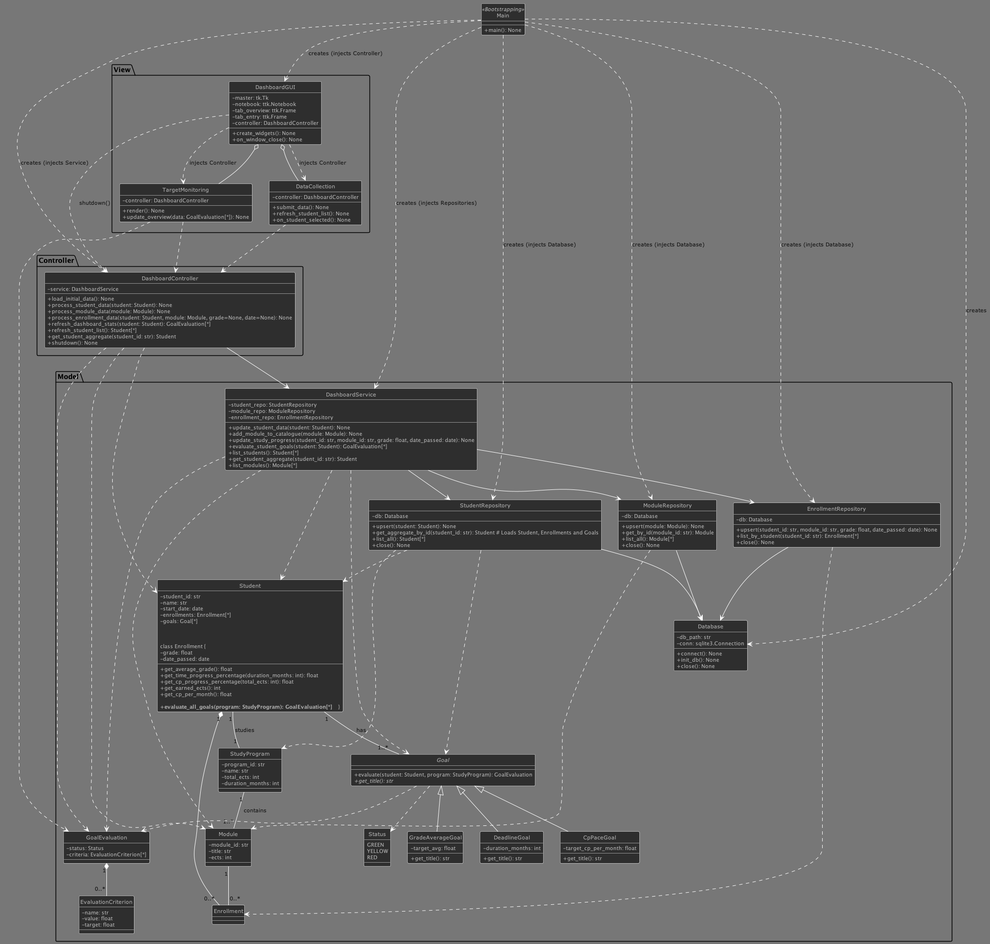
Above: out/EntidyUML/DashboardUML_MVC_StrictDI.png in peter-wolf72/IU-Dashboard (PlantUML), before the change.
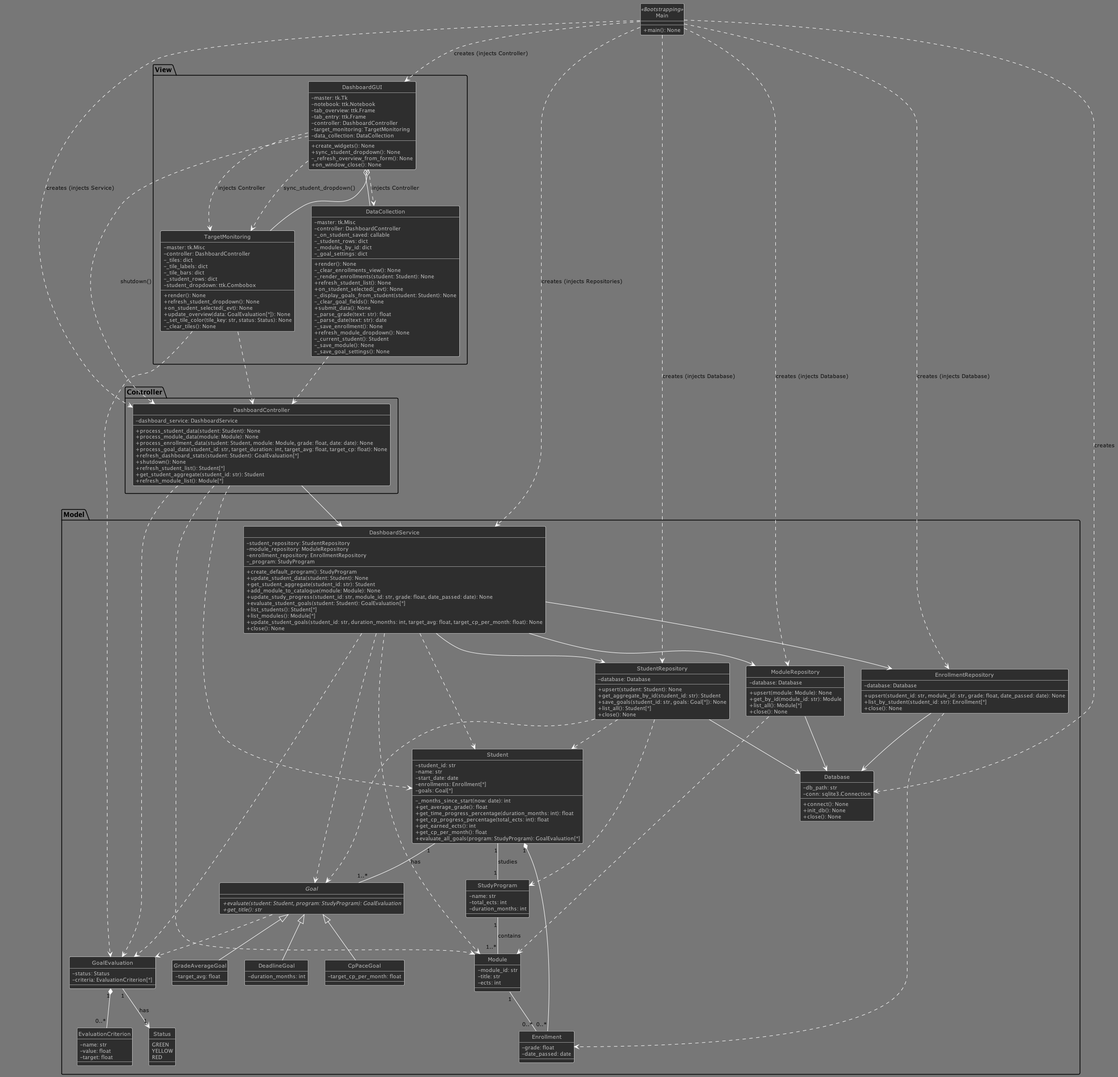
The same diagram one commit later.

Commit message:
Kleine Fehler ausgebessert (Verbindung Status von Goal auf GoalEvaluation) und redundante Methode get_title aus Unterklassen von Goal entfernt.

The edit, as a diff of the source:
```diff
@@ -18,13 +18,14 @@
       -enrollments: Enrollment[*]
       -goals: Goal[*]
 
+      -_months_since_start(now: date): int
       +get_average_grade(): float
       +get_time_progress_percentage(duration_months: int): float
       +get_cp_progress_percentage(total_ects: int): float
       +get_earned_ects(): int
       +get_cp_per_month(): float
-
-      **+evaluate_all_goals(program: StudyProgram): GoalEvaluation[*]**    }
+      +evaluate_all_goals(program: StudyProgram): GoalEvaluation[*]
+    }
 
     class Enrollment {
       -grade: float
@@ -38,7 +39,6 @@
     }
 
     class StudyProgram {
-      -program_id: str
       -name: str
       -total_ects: int
       -duration_months: int
@@ -71,44 +71,45 @@
 
 
   abstract class Goal {
-    +evaluate(student: Student, program: StudyProgram): GoalEvaluation
+    {abstract} +evaluate(student: Student, program: StudyProgram): GoalEvaluation
     {abstract} +get_title(): str
   }
 
   Student "1" -- "1..*" Goal : has
   Goal ..> GoalEvaluation
-  Goal ..> Status
+  GoalEvaluation "1" --> "1" Status : has
 
   class GradeAverageGoal {
     -target_avg: float
-    +get_title(): str
   }
   Goal <|-- GradeAverageGoal
 
   class DeadlineGoal {
     -duration_months: int
-    +get_title(): str
   }
   Goal <|-- DeadlineGoal
 
   class CpPaceGoal {
     -target_cp_per_month: float
-    +get_title(): str
   }
   Goal <|-- CpPaceGoal
 
   class DashboardService {
-    -student_repo: StudentRepository
-    -module_repo: ModuleRepository
-    -enrollment_repo: EnrollmentRepository
+    -student_repository: StudentRepository
+    -module_repository: ModuleRepository
+    -enrollment_repository: EnrollmentRepository
+    -_program: StudyProgram
 
+    +create_default_program(): StudyProgram
     +update_student_data(student: Student): None
+    +get_student_aggregate(student_id: str): Student
     +add_module_to_catalogue(module: Module): None
     +update_study_progress(student_id: str, module_id: str, grade: float, date_passed: date): None
     +evaluate_student_goals(student: Student): GoalEvaluation[*]
     +list_students(): Student[*]
-    +get_student_aggregate(student_id: str): Student
     +list_modules(): Module[*]
+    +update_student_goals(student_id: str, duration_months: int, target_avg: float, target_cp_per_month: float): None
+    +close(): None
   }
   together {
     class Database {
@@ -120,14 +121,15 @@
     }
 
     class StudentRepository {
-      -db: Database
+      -database: Database
       +upsert(student: Student): None
-      +get_aggregate_by_id(student_id: str): Student # Loads Student, Enrollments and Goals
+      +get_aggregate_by_id(student_id: str): Student
+      +save_goals(student_id: str, goals: Goal[*]): None
       +list_all(): Student[*]
       +close(): None
     }
     class ModuleRepository {
-      -db: Database
+      -database: Database
       +upsert(module: Module): None
       +get_by_id(module_id: str): Module
       +list_all(): Module[*]
@@ -135,7 +137,7 @@
     }
 
     class EnrollmentRepository {
-      -db: Database
+      -database: Database
       +upsert(student_id: str, module_id: str, grade: float, date_passed: date): None
       +list_by_student(student_id: str): Enrollment[*]
       +close(): None
@@ -164,18 +166,17 @@
 
 package "Controller" {
   class DashboardController {
-    -service: DashboardService
+    -dashboard_service: DashboardService
 
-    +load_initial_data(): None
     +process_student_data(student: Student): None
     +process_module_data(module: Module): None
-    +process_enrollment_data(student: Student, module: Module, grade=None, date=None): None
+    +process_enrollment_data(student: Student, module: Module, grade: float, date: date): None
+    +process_goal_data(student_id: str, target_duration: int, target_avg: float, target_cp: float): None
     +refresh_dashboard_stats(student: Student): GoalEvaluation[*]
+    +shutdown(): None
     +refresh_student_list(): Student[*]
     +get_student_aggregate(student_id: str): Student
-
-
-    +shutdown(): None
+    +refresh_module_list(): Module[*]
   }
   DashboardController --> DashboardService
   DashboardController ..> GoalEvaluation
@@ -190,22 +191,55 @@
     -tab_overview: ttk.Frame
     -tab_entry: ttk.Frame
     -controller: DashboardController
+    -target_monitoring: TargetMonitoring
+    -data_collection: DataCollection
 
     +create_widgets(): None
+    +sync_student_dropdown(): None
+    -_refresh_overview_from_form(): None
     +on_window_close(): None
   }
 
   class TargetMonitoring {
+    -master: tk.Misc
     -controller: DashboardController
+    -_tiles: dict
+    -_tile_labels: dict
+    -_tile_bars: dict
+    -_student_rows: dict
+    -student_dropdown: ttk.Combobox
+
     +render(): None
+    +refresh_student_dropdown(): None
+    +on_student_selected(_evt): None
     +update_overview(data: GoalEvaluation[*]): None
+    -_set_tile_color(tile_key: str, status: Status): None
+    -_clear_tiles(): None
   }
 
   class DataCollection {
+    -master: tk.Misc
     -controller: DashboardController
+    -_on_student_saved: callable
+    -_student_rows: dict
+    -_modules_by_id: dict
+    -_goal_settings: dict
+
+    +render(): None
+    -_clear_enrollments_view(): None
+    -_render_enrollments(student: Student): None
+    +refresh_student_list(): None
+    +on_student_selected(_evt): None
+    -_display_goals_from_student(student: Student): None
+    -_clear_goal_fields(): None
     +submit_data(): None
-    +refresh_student_list(): None
-    +on_student_selected(): None
+    -_parse_grade(text: str): float
+    -_parse_date(text: str): date
+    -_save_enrollment(): None
+    +refresh_module_dropdown(): None
+    -_current_student(): Student
+    -_save_module(): None
+    -_save_goal_settings(): None
   }
 
   DashboardGUI o-- TargetMonitoring
@@ -217,6 +251,8 @@
   TargetMonitoring ..> DashboardController
   DataCollection ..> DashboardController
   TargetMonitoring ..> GoalEvaluation
+
+  DashboardGUI ..> TargetMonitoring : sync_student_dropdown()
 }
 
 Main ..> Database : creates
```
